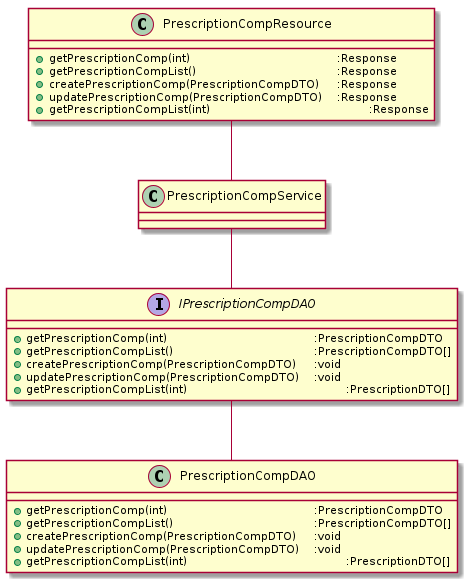
Before: UML/class/delt/prescriptioncomp.png, a diagram exported from PlantUML (GRP25/CDIO_Final).
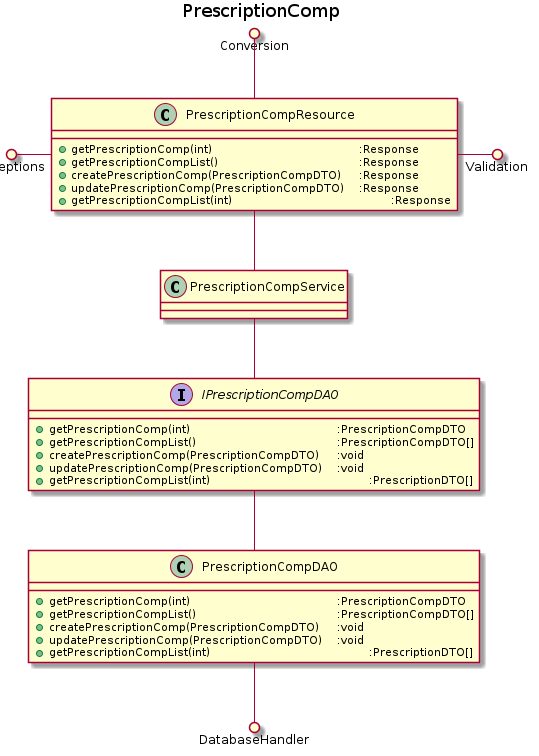
Above is the later version.

The edit, as a diff of the source:
```diff
@@ -1,29 +1,34 @@
 @startuml
-    interface "IPrescriptionCompDAO" as iprcdao {
-        + getPrescriptionComp(int)\t\t\t\t\t:PrescriptionCompDTO
-        + getPrescriptionCompList()\t\t\t\t\t:PrescriptionCompDTO[]
-        + createPrescriptionComp(PrescriptionCompDTO)\t:void
-        + updatePrescriptionComp(PrescriptionCompDTO)\t:void
-        + getPrescriptionCompList(int)\t\t\t\t\t:PrescriptionDTO[]
-    }
-    class "PrescriptionCompDAO" as prcdao {
-        + getPrescriptionComp(int)\t\t\t\t\t:PrescriptionCompDTO
-        + getPrescriptionCompList()\t\t\t\t\t:PrescriptionCompDTO[]
-        + createPrescriptionComp(PrescriptionCompDTO)\t:void
-        + updatePrescriptionComp(PrescriptionCompDTO)\t:void
-        + getPrescriptionCompList(int)\t\t\t\t\t:PrescriptionDTO[]
-    }
-    class "PrescriptionCompService" as prcser {
-    }
-    class "PrescriptionCompResource" as prcres {
-        + getPrescriptionComp(int)\t\t\t\t\t:Response
-        + getPrescriptionCompList()\t\t\t\t\t:Response
-        + createPrescriptionComp(PrescriptionCompDTO)\t:Response
-        + updatePrescriptionComp(PrescriptionCompDTO)\t:Response
-        + getPrescriptionCompList(int)\t\t\t\t\t:Response
-    }
+title PrescriptionComp
+interface "IPrescriptionCompDAO" as iprcdao {
+    + getPrescriptionComp(int)\t\t\t\t\t:PrescriptionCompDTO
+    + getPrescriptionCompList()\t\t\t\t\t:PrescriptionCompDTO[]
+    + createPrescriptionComp(PrescriptionCompDTO)\t:void
+    + updatePrescriptionComp(PrescriptionCompDTO)\t:void
+    + getPrescriptionCompList(int)\t\t\t\t\t:PrescriptionDTO[]
+}
+class "PrescriptionCompDAO" as prcdao {
+    + getPrescriptionComp(int)\t\t\t\t\t:PrescriptionCompDTO
+    + getPrescriptionCompList()\t\t\t\t\t:PrescriptionCompDTO[]
+    + createPrescriptionComp(PrescriptionCompDTO)\t:void
+    + updatePrescriptionComp(PrescriptionCompDTO)\t:void
+    + getPrescriptionCompList(int)\t\t\t\t\t:PrescriptionDTO[]
+}
+class "PrescriptionCompService" as prcser {
+}
+class "PrescriptionCompResource" as prcres {
+    + getPrescriptionComp(int)\t\t\t\t\t:Response
+    + getPrescriptionCompList()\t\t\t\t\t:Response
+    + createPrescriptionComp(PrescriptionCompDTO)\t:Response
+    + updatePrescriptionComp(PrescriptionCompDTO)\t:Response
+    + getPrescriptionCompList(int)\t\t\t\t\t:Response
+}
 prcres -d- prcser
 iprcdao -d- prcdao
 iprcdao -u- prcser
+prcdao --() DatabaseHandler
+prcres -() Validation
+Exceptions ()- prcres
+Conversion ()-- prcres
 
 @enduml
```
